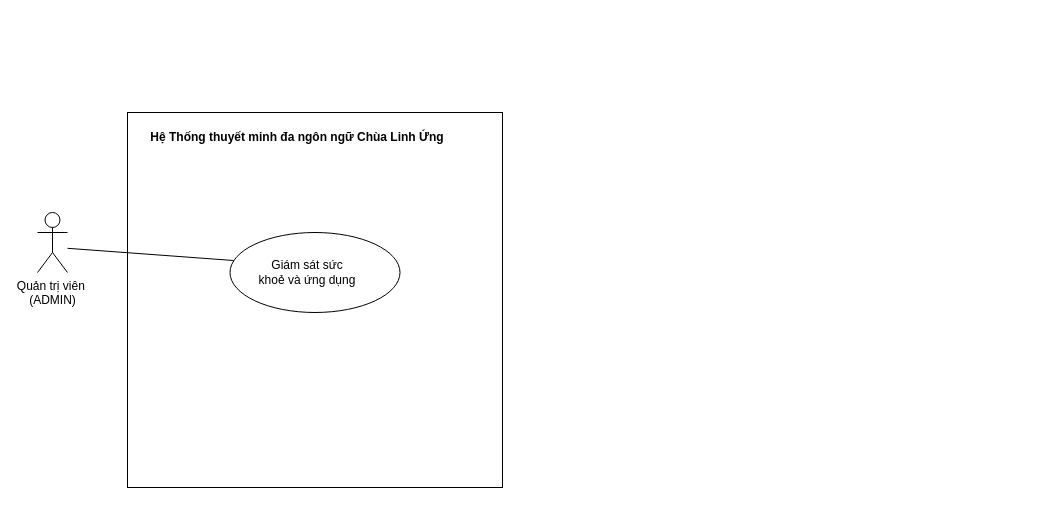
This is docs/diagram/use case/UC-18_Use-Case.drawio from Kazuken123/prj_sgu26_cnpm, a draw.io file, before an edit. Source tidied: cells renumbered, new cells numbered last; positions are measured from the earlier drawing's top-left corner, leaving out a move shared by most shapes. Both pictures are drawn from the tidied source at 100%, with x=0, y=0 at pixel (37, 112).
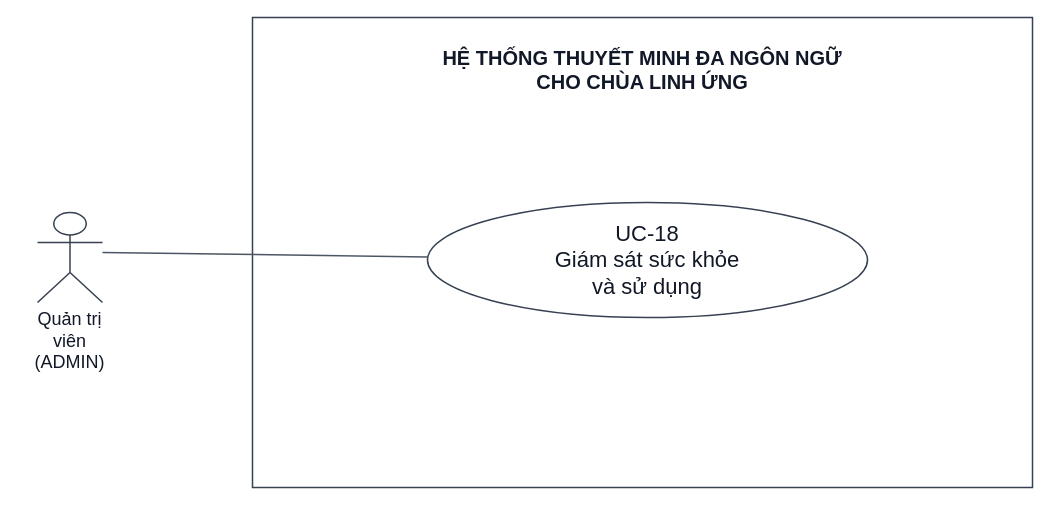
The same diagram, later.

Change to the diagram source:
```diff
@@
 <mxGraphModel>
   <root>
     <mxCell id="0" />
     <mxCell id="1" parent="0" />
+    <mxCell id="8" value="HỆ THỐNG THUYẾT MINH ĐA NGÔN NGỮ&lt;br&gt;CHO CHÙA LINH ỨNG" style="html=1;whiteSpace=wrap;fontFamily=Arial;fontSize=20;fontColor=#111827;strokeColor=#374151;fillColor=#FFFFFF;strokeWidth=1.5;rounded=0;verticalAlign=top;spacingTop=22;fontStyle=1;fillColor=none;" parent="1" vertex="1">
+      <mxGeometry x="215" y="-95" width="780" height="470" as="geometry" />
+    </mxCell>
+    <mxCell id="9" value="UC-18&lt;br&gt;Giám sát sức khỏe&lt;br&gt;và sử dụng" style="html=1;whiteSpace=wrap;fontFamily=Arial;fontSize=22;fontColor=#111827;strokeColor=#374151;fillColor=#FFFFFF;strokeWidth=1.5;ellipse;" parent="1" vertex="1">
+      <mxGeometry x="390" y="90" width="440" height="115" as="geometry" />
+    </mxCell>
-    <mxCell id="2" value="Quản trị viên&amp;nbsp;&lt;div&gt;(ADMIN)&lt;/div&gt;" style="shape=umlActor;verticalLabelPosition=bottom;verticalAlign=top;html=1;outlineConnect=0;" parent="1" vertex="1">
-      <mxGeometry y="100" width="30" height="60" as="geometry" />
+    <mxCell id="2" value="Quản trị viên&lt;br&gt;(ADMIN)" style="html=1;whiteSpace=wrap;fontFamily=Arial;fontSize=18;fontColor=#111827;strokeColor=#374151;fillColor=#FFFFFF;strokeWidth=1.5;shape=umlActor;verticalLabelPosition=bottom;verticalAlign=top;" parent="1" vertex="1">
+      <mxGeometry y="100" width="65" height="90" as="geometry" />
     </mxCell>
-    <mxCell id="3" style="whiteSpace=wrap;html=1;" parent="1" vertex="1">
-      <mxGeometry x="90" width="375" height="375" as="geometry" />
-    </mxCell>
-    <mxCell id="4" value="&lt;b&gt;Hệ Thống thuyết minh đa ngôn ngữ Chùa Linh Ứng&lt;/b&gt;" style="text;html=1;whiteSpace=wrap;strokeColor=none;fillColor=none;align=center;verticalAlign=middle;rounded=0;" parent="1" vertex="1">
-      <mxGeometry x="110" y="10" width="300" height="30" as="geometry" />
-    </mxCell>
-    <mxCell id="5" style="ellipse;whiteSpace=wrap;html=1;shapeInside=1;" parent="1" vertex="1">
-      <mxGeometry x="192.5" y="120" width="170" height="80" as="geometry" />
-    </mxCell>
-    <mxCell id="6" value="Giám sát sức khoẻ và ứng dụng" style="text;html=1;whiteSpace=wrap;strokeColor=none;fillColor=none;align=center;verticalAlign=middle;rounded=0;" parent="1" vertex="1">
-      <mxGeometry x="220" y="145" width="100" height="30" as="geometry" />
-    </mxCell>
-    <mxCell id="7" style="endArrow=none;html=1;rounded=0;strokeColor=default;align=center;verticalAlign=middle;fontFamily=Helvetica;fontSize=11;fontColor=default;labelBackgroundColor=default;exitX=0.021;exitY=0.35;exitDx=0;exitDy=0;exitPerimeter=0;" parent="1" edge="1" source="5">
-      <mxGeometry relative="1" as="geometry">
-        <mxPoint x="30" y="135.8" as="targetPoint" />
-      </mxGeometry>
-    </mxCell>
+    <mxCell id="10" style="html=1;rounded=0;endArrow=none;endFill=1;strokeColor=#4B5563;strokeWidth=1.5;fontFamily=Arial;fontSize=17;exitX=1.0;exitY=0.4444444444444444;exitPerimeter=0;entryX=0.0006916356246125329;entryY=0.47371012999698814;entryPerimeter=0;" parent="1" edge="1" source="2" target="9">
+      <mxGeometry relative="1" as="geometry" />
+    </mxCell>
   </root>
 </mxGraphModel>
```
